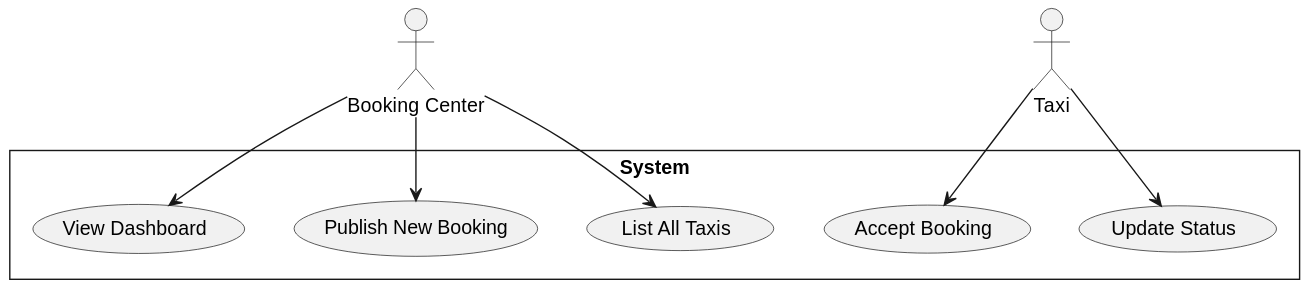
Earlier version of the PlantUML export Design/usecases.svg (Palrajjayaraj/TaxiFleetCommunication). Its diagram source:
```plantuml
@startuml
skinparam Style strictuml
actor "Booking Center" as BookingCenter
actor "Taxi" as Taxi

rectangle System {
  BookingCenter --> (List All Taxis)
  BookingCenter --> (Publish New Booking)
  BookingCenter --> (View Dashboard)

  Taxi --> (Accept Booking)
  Taxi --> (Update Status)
}
@enduml
```
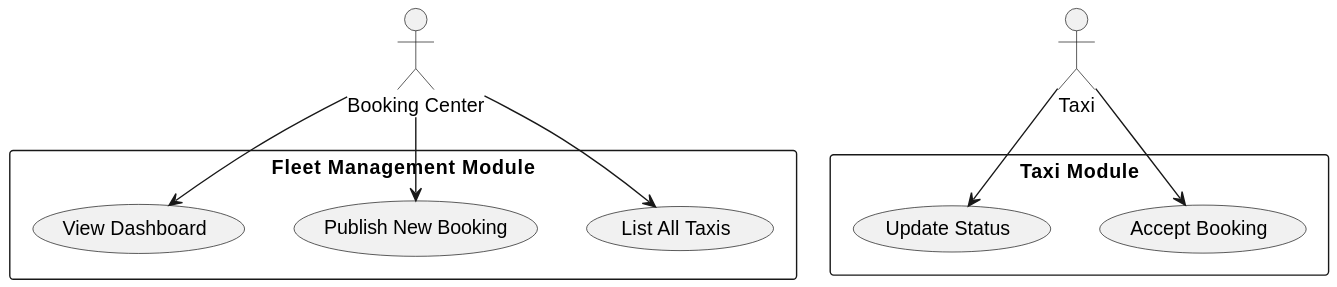
The same diagram one commit later.

Commit message:
spli modules into 2

Change to the diagram source:
```diff
@@ -1,13 +1,14 @@
 @startuml
-skinparam Style strictuml
 actor "Booking Center" as BookingCenter
 actor "Taxi" as Taxi
 
-rectangle System {
+rectangle "Fleet Management Module" {
   BookingCenter --> (List All Taxis)
   BookingCenter --> (Publish New Booking)
   BookingCenter --> (View Dashboard)
+}
 
+rectangle "Taxi Module" {
   Taxi --> (Accept Booking)
   Taxi --> (Update Status)
 }
```
